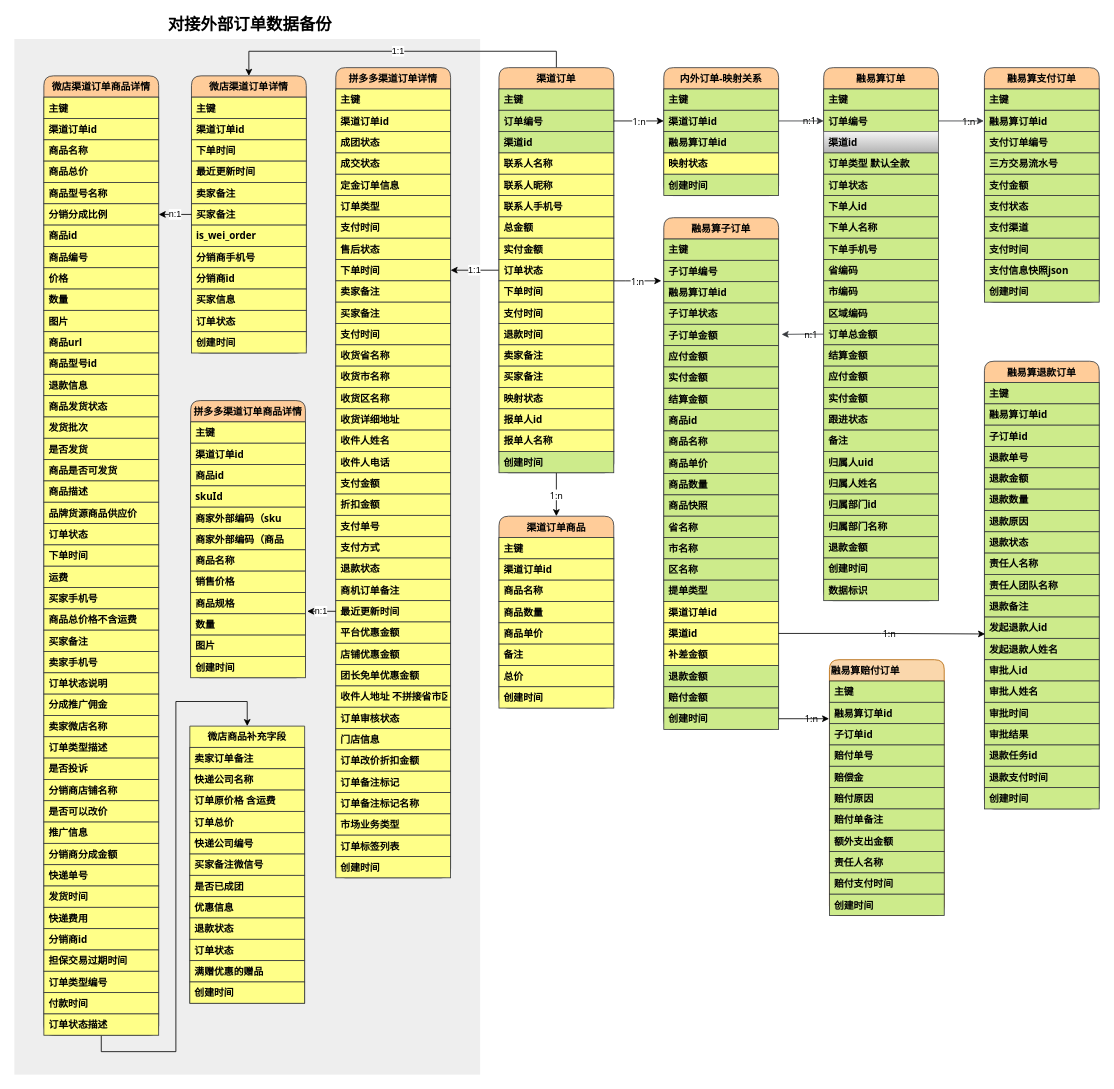
This is 渠道订单DB.drawio from zhaoershuang/flow-chart, a draw.io file, before an edit. Source tidied: cells renumbered, new cells numbered last; positions are measured from the earlier drawing's top-left corner, leaving out a move shared by most shapes. Both pictures are drawn from the tidied source at 82%, with x=0, y=0 at pixel (14, 15).
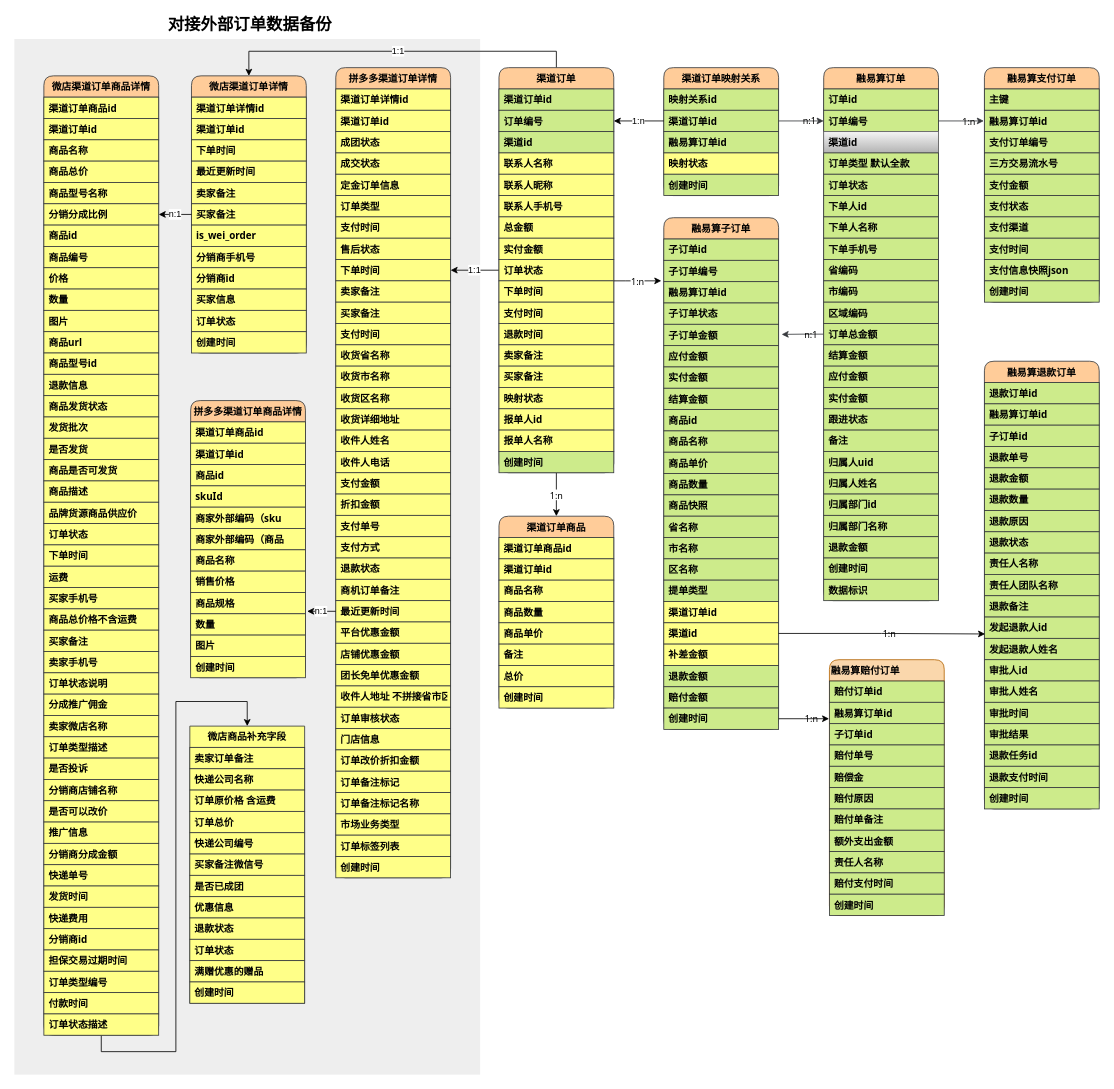
The same page after the edit.

Commit message:
更新渠道订单DB.drawio

The change refers to these unchanged cells:
```xml
<mxCell id="7" value="渠道订单" style="swimlane;fontStyle=1;horizontal=1;startSize=26;rounded=1;sketch=0;swimlaneFillColor=none;fontFamily=Tahoma;fillColor=#ffcc99;strokeColor=#36393d;" parent="1" vertex="1">
  <mxGeometry x="591" y="64" width="140" height="494" as="geometry" />
</mxCell>
<mxCell id="9" value="订单编号" style="text;align=left;verticalAlign=top;spacingLeft=4;spacingRight=4;overflow=hidden;points=[[0,0.5],[1,0.5]];portConstraint=eastwest;fontStyle=1;fontFamily=Tahoma;fillColor=#cdeb8b;strokeColor=#36393d;" parent="7" vertex="1">
  <mxGeometry y="52" width="140" height="26" as="geometry" />
</mxCell>
<mxCell id="26" value="渠道订单商品" style="swimlane;fontStyle=1;horizontal=1;startSize=26;rounded=1;fontFamily=Tahoma;fillColor=#ffcc99;strokeColor=#36393d;" parent="1" vertex="1">
  <mxGeometry x="591" y="611" width="140" height="234" as="geometry" />
</mxCell>
<mxCell id="37" value="渠道订单id" style="text;align=left;verticalAlign=top;spacingLeft=4;spacingRight=4;overflow=hidden;points=[[0,0.5],[1,0.5]];portConstraint=eastwest;fontStyle=1;fontFamily=Tahoma;fillColor=#cdeb8b;strokeColor=#36393d;labelBackgroundColor=none;labelBorderColor=none;shadow=0;" parent="35" vertex="1">
  <mxGeometry y="52" width="140" height="26" as="geometry" />
</mxCell>
<mxCell id="43" value="融易算订单" style="swimlane;fontStyle=1;horizontal=1;startSize=26;rounded=1;sketch=0;swimlaneFillColor=none;fontFamily=Tahoma;fillColor=#ffcc99;strokeColor=#36393d;align=center;labelBackgroundColor=none;labelBorderColor=none;shadow=0;" parent="1" vertex="1">
  <mxGeometry x="987" y="64" width="140" height="650" as="geometry" />
</mxCell>
<mxCell id="69" value="融易算子订单" style="swimlane;fontStyle=1;horizontal=1;startSize=26;rounded=1;fontFamily=Tahoma;fillColor=#ffcc99;strokeColor=#36393d;align=center;labelBackgroundColor=none;labelBorderColor=none;shadow=0;" parent="1" vertex="1">
  <mxGeometry x="792" y="247" width="140" height="624" as="geometry" />
</mxCell>
<mxCell id="105" value="融易算退款订单" style="swimlane;fontStyle=1;horizontal=1;startSize=26;rounded=1;fontFamily=Tahoma;fillColor=#ffcc99;strokeColor=#36393d;align=center;labelBackgroundColor=none;labelBorderColor=none;shadow=0;" parent="1" vertex="1">
  <mxGeometry x="1183" y="422" width="140" height="546" as="geometry" />
</mxCell>
<mxCell id="126" value="融易算赔付订单" style="swimlane;fontStyle=1;horizontal=1;startSize=26;rounded=1;fontFamily=Tahoma;fillColor=#fad7ac;strokeColor=#b46504;align=left;labelBackgroundColor=none;labelBorderColor=none;shadow=0;" parent="1" vertex="1">
  <mxGeometry x="994" y="786" width="140" height="312" as="geometry" />
</mxCell>
<mxCell id="140" value="拼多多渠道订单详情" style="swimlane;fontStyle=1;horizontal=1;startSize=26;rounded=1;sketch=0;swimlaneFillColor=none;fontFamily=Tahoma;fillColor=#ffcc99;strokeColor=#36393d;" parent="1" vertex="1">
  <mxGeometry x="392" y="64" width="140" height="988" as="geometry" />
</mxCell>
<mxCell id="178" value="微店渠道订单详情" style="swimlane;fontStyle=1;horizontal=1;startSize=26;rounded=1;sketch=0;swimlaneFillColor=none;fontFamily=Tahoma;fillColor=#ffcc99;strokeColor=#36393d;" parent="1" vertex="1">
  <mxGeometry x="216" y="74" width="140" height="338" as="geometry" />
</mxCell>
<mxCell id="192" value="拼多多渠道订单商品详情" style="swimlane;fontStyle=1;horizontal=1;startSize=26;rounded=1;sketch=0;swimlaneFillColor=none;fontFamily=Tahoma;fillColor=#ffcc99;strokeColor=#36393d;" parent="1" vertex="1">
  <mxGeometry x="215" y="470" width="140" height="338" as="geometry" />
</mxCell>
<mxCell id="206" value="微店渠道订单商品详情" style="swimlane;fontStyle=1;horizontal=1;startSize=26;rounded=1;sketch=0;swimlaneFillColor=none;fontFamily=Tahoma;fillColor=#ffcc99;strokeColor=#36393d;" parent="1" vertex="1">
  <mxGeometry x="36" y="74" width="140" height="1170" as="geometry" />
</mxCell>
```

What changed in the source:
```diff
@@
-    <mxCell id="8" value="主键" style="text;align=left;verticalAlign=top;spacingLeft=4;spacingRight=4;overflow=hidden;fontStyle=1;fontFamily=Tahoma;fillColor=#cdeb8b;strokeColor=#36393d;" parent="7" vertex="1">
+    <mxCell id="8" value="渠道订单id" style="text;align=left;verticalAlign=top;spacingLeft=4;spacingRight=4;overflow=hidden;fontStyle=1;fontFamily=Tahoma;fillColor=#cdeb8b;strokeColor=#36393d;" parent="7" vertex="1">
       <mxGeometry y="26" width="140" height="26" as="geometry" />
     </mxCell>
@@
-    <mxCell id="27" value="主键" style="text;align=left;verticalAlign=top;spacingLeft=4;spacingRight=4;overflow=hidden;fontStyle=1;fontFamily=Tahoma;fillColor=#ffff88;strokeColor=#36393d;" parent="26" vertex="1">
+    <mxCell id="27" value="渠道订单商品id" style="text;align=left;verticalAlign=top;spacingLeft=4;spacingRight=4;overflow=hidden;fontStyle=1;fontFamily=Tahoma;fillColor=#ffff88;strokeColor=#36393d;" parent="26" vertex="1">
       <mxGeometry y="26" width="140" height="26" as="geometry" />
     </mxCell>
@@
-    <mxCell id="35" value="内外订单-映射关系" style="swimlane;fontStyle=1;horizontal=1;startSize=26;rounded=1;fontFamily=Tahoma;fillColor=#ffcc99;strokeColor=#36393d;align=center;labelBackgroundColor=none;labelBorderColor=none;shadow=0;" parent="1" vertex="1">
+    <mxCell id="35" value="渠道订单映射关系" style="swimlane;fontStyle=1;horizontal=1;startSize=26;rounded=1;fontFamily=Tahoma;fillColor=#ffcc99;strokeColor=#36393d;align=center;labelBackgroundColor=none;labelBorderColor=none;shadow=0;" parent="1" vertex="1">
       <mxGeometry x="792" y="64" width="140" height="156" as="geometry" />
     </mxCell>
-    <mxCell id="36" value="主键" style="text;align=left;verticalAlign=top;spacingLeft=4;spacingRight=4;overflow=hidden;fontStyle=1;fontFamily=Tahoma;fillColor=#cdeb8b;strokeColor=#36393d;labelBackgroundColor=none;labelBorderColor=none;shadow=0;" parent="35" vertex="1">
+    <mxCell id="36" value="映射关系id" style="text;align=left;verticalAlign=top;spacingLeft=4;spacingRight=4;overflow=hidden;fontStyle=1;fontFamily=Tahoma;fillColor=#cdeb8b;strokeColor=#36393d;labelBackgroundColor=none;labelBorderColor=none;shadow=0;" parent="35" vertex="1">
       <mxGeometry y="26" width="140" height="26" as="geometry" />
     </mxCell>
@@
-    <mxCell id="41" value="1:n" style="edgeStyle=orthogonalEdgeStyle;rounded=0;jettySize=auto;html=1;exitX=1;exitY=0.5;exitDx=0;exitDy=0;fontFamily=Tahoma;" parent="1" edge="1" source="9" target="37">
-      <mxGeometry relative="1" as="geometry" />
-    </mxCell>
@@
-    <mxCell id="44" value="主键" style="text;align=left;verticalAlign=top;spacingLeft=4;spacingRight=4;overflow=hidden;fontStyle=1;fontFamily=Tahoma;fillColor=#cdeb8b;strokeColor=#36393d;labelBackgroundColor=none;labelBorderColor=none;shadow=0;" parent="43" vertex="1">
+    <mxCell id="44" value="订单id" style="text;align=left;verticalAlign=top;spacingLeft=4;spacingRight=4;overflow=hidden;fontStyle=1;fontFamily=Tahoma;fillColor=#cdeb8b;strokeColor=#36393d;labelBackgroundColor=none;labelBorderColor=none;shadow=0;" parent="43" vertex="1">
       <mxGeometry y="26" width="140" height="26" as="geometry" />
     </mxCell>
@@
-    <mxCell id="70" value="主键" style="text;align=left;verticalAlign=top;spacingLeft=4;spacingRight=4;overflow=hidden;fontStyle=1;fontFamily=Tahoma;fillColor=#cdeb8b;strokeColor=#36393d;labelBackgroundColor=none;labelBorderColor=none;shadow=0;" parent="69" vertex="1">
+    <mxCell id="70" value="子订单id" style="text;align=left;verticalAlign=top;spacingLeft=4;spacingRight=4;overflow=hidden;fontStyle=1;fontFamily=Tahoma;fillColor=#cdeb8b;strokeColor=#36393d;labelBackgroundColor=none;labelBorderColor=none;shadow=0;" parent="69" vertex="1">
       <mxGeometry y="26" width="140" height="26" as="geometry" />
     </mxCell>
@@
-    <mxCell id="106" value="主键" style="text;align=left;verticalAlign=top;spacingLeft=4;spacingRight=4;overflow=hidden;fontStyle=1;fontFamily=Tahoma;fillColor=#cdeb8b;strokeColor=#36393d;labelBackgroundColor=none;labelBorderColor=none;shadow=0;" parent="105" vertex="1">
+    <mxCell id="106" value="退款订单id" style="text;align=left;verticalAlign=top;spacingLeft=4;spacingRight=4;overflow=hidden;fontStyle=1;fontFamily=Tahoma;fillColor=#cdeb8b;strokeColor=#36393d;labelBackgroundColor=none;labelBorderColor=none;shadow=0;" parent="105" vertex="1">
       <mxGeometry y="26" width="140" height="26" as="geometry" />
     </mxCell>
@@
-    <mxCell id="127" value="主键" style="text;align=left;verticalAlign=top;spacingLeft=4;spacingRight=4;overflow=hidden;fontStyle=1;fontFamily=Tahoma;fillColor=#cdeb8b;strokeColor=#36393d;labelBackgroundColor=none;labelBorderColor=none;shadow=0;" parent="126" vertex="1">
+    <mxCell id="127" value="赔付订单id" style="text;align=left;verticalAlign=top;spacingLeft=4;spacingRight=4;overflow=hidden;fontStyle=1;fontFamily=Tahoma;fillColor=#cdeb8b;strokeColor=#36393d;labelBackgroundColor=none;labelBorderColor=none;shadow=0;" parent="126" vertex="1">
       <mxGeometry y="26" width="140" height="26" as="geometry" />
     </mxCell>
@@
-    <mxCell id="141" value="主键" style="text;align=left;verticalAlign=top;spacingLeft=4;spacingRight=4;overflow=hidden;fontStyle=1;fontFamily=Tahoma;fillColor=#ffff88;strokeColor=#36393d;" parent="140" vertex="1">
+    <mxCell id="141" value="渠道订单详情id" style="text;align=left;verticalAlign=top;spacingLeft=4;spacingRight=4;overflow=hidden;fontStyle=1;fontFamily=Tahoma;fillColor=#ffff88;strokeColor=#36393d;" parent="140" vertex="1">
       <mxGeometry y="26" width="140" height="26" as="geometry" />
     </mxCell>
@@
-    <mxCell id="179" value="主键" style="text;align=left;verticalAlign=top;spacingLeft=4;spacingRight=4;overflow=hidden;fontStyle=1;fontFamily=Tahoma;fillColor=#ffff88;strokeColor=#36393d;" parent="178" vertex="1">
+    <mxCell id="179" value="渠道订单详情id" style="text;align=left;verticalAlign=top;spacingLeft=4;spacingRight=4;overflow=hidden;fontStyle=1;fontFamily=Tahoma;fillColor=#ffff88;strokeColor=#36393d;" parent="178" vertex="1">
       <mxGeometry y="26" width="140" height="26" as="geometry" />
     </mxCell>
@@
-    <mxCell id="193" value="主键" style="text;align=left;verticalAlign=top;spacingLeft=4;spacingRight=4;overflow=hidden;fontStyle=1;fontFamily=Tahoma;fillColor=#ffff88;strokeColor=#36393d;" parent="192" vertex="1">
+    <mxCell id="193" value="渠道订单商品id" style="text;align=left;verticalAlign=top;spacingLeft=4;spacingRight=4;overflow=hidden;fontStyle=1;fontFamily=Tahoma;fillColor=#ffff88;strokeColor=#36393d;" parent="192" vertex="1">
       <mxGeometry y="26" width="140" height="26" as="geometry" />
     </mxCell>
@@
-    <mxCell id="207" value="主键" style="text;align=left;verticalAlign=top;spacingLeft=4;spacingRight=4;overflow=hidden;fontStyle=1;fontFamily=Tahoma;fillColor=#ffff88;strokeColor=#36393d;" parent="206" vertex="1">
+    <mxCell id="207" value="渠道订单商品id" style="text;align=left;verticalAlign=top;spacingLeft=4;spacingRight=4;overflow=hidden;fontStyle=1;fontFamily=Tahoma;fillColor=#ffff88;strokeColor=#36393d;" parent="206" vertex="1">
       <mxGeometry y="26" width="140" height="26" as="geometry" />
     </mxCell>
@@
+    <mxCell id="41" value="1:n" style="edgeStyle=orthogonalEdgeStyle;rounded=0;jettySize=auto;html=1;entryX=1;entryY=0.5;entryDx=0;entryDy=0;" parent="1" edge="1" source="37" target="9">
+      <mxGeometry relative="1" as="geometry" />
+    </mxCell>
```
